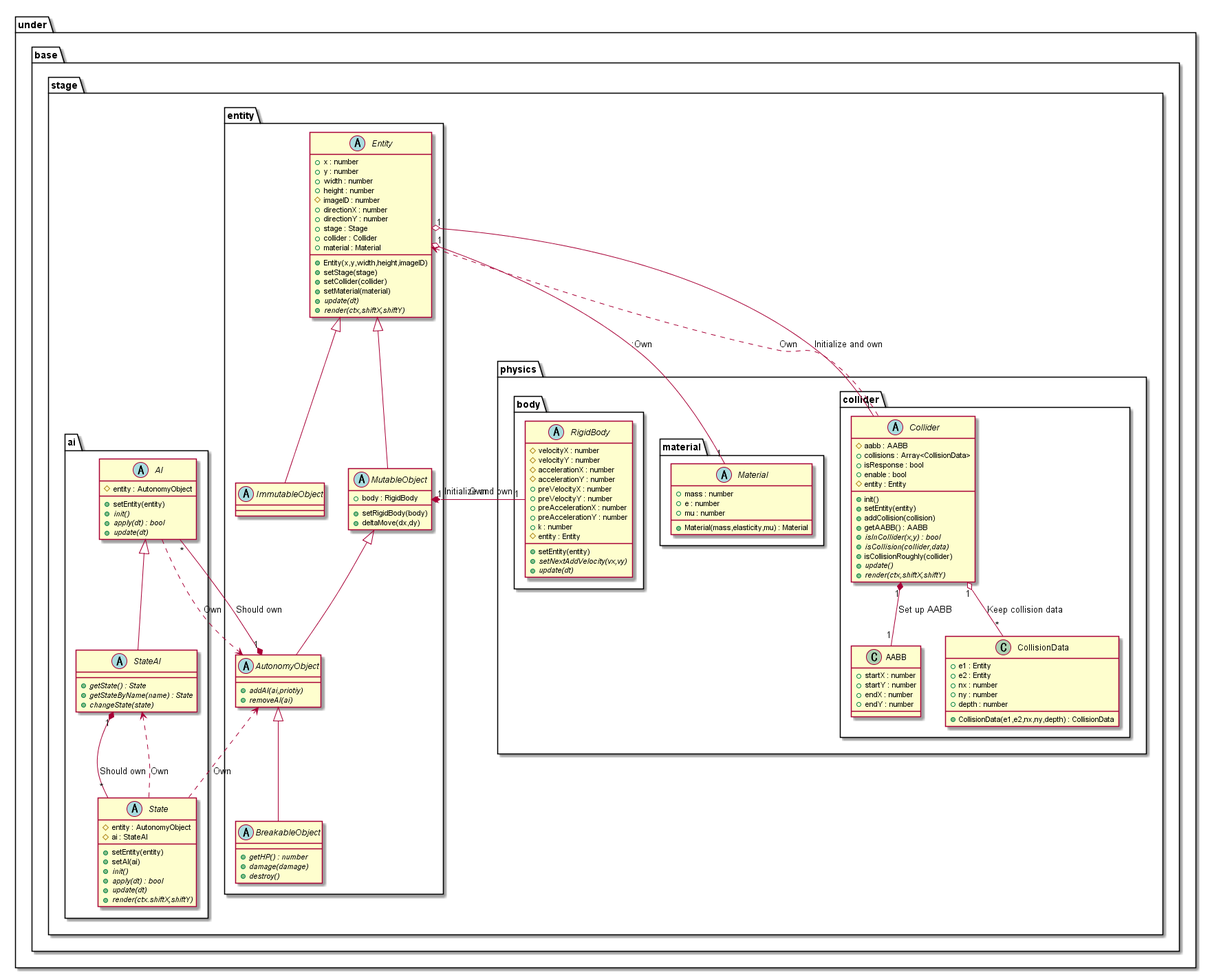
Earlier version of the PlantUML export out/uml/entity/Base/EntityBase.png (Expine/Under).
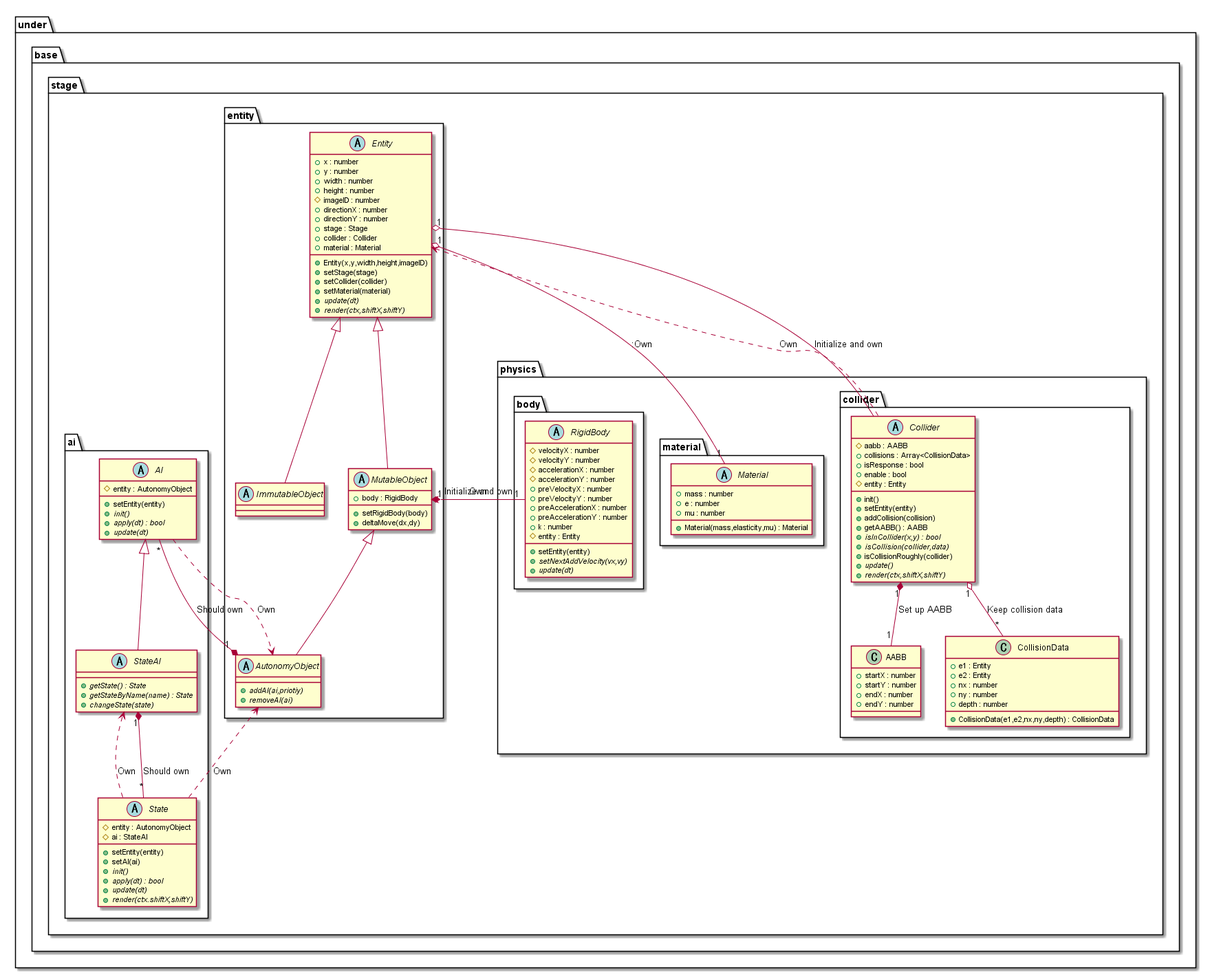
After the commit.

The edit, as a diff of the source:
```diff
@@ -32,12 +32,6 @@
                 abstract AutonomyObject {
                     {abstract} +addAI(ai,priotiy)
                     {abstract} +removeAI(ai)
-                }
-
-                abstract BreakableObject {
-                    {abstract} +getHP() : number
-                    {abstract} +damage(damage)
-                    {abstract} +destroy()
                 }
             }
             package physics {
@@ -130,7 +124,6 @@
 Entity <|-- ImmutableObject
 Entity <|-- MutableObject
 MutableObject <|-- AutonomyObject
-AutonomyObject <|-- BreakableObject
 
 Entity "1" o--"1" Collider : Initialize and own
 Entity "1" o--"1" Material ::Own
```
